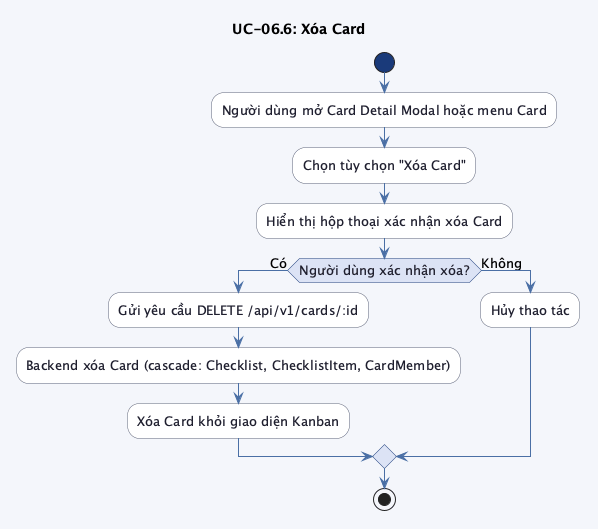
trongnhan34vn/trello-report keeps this PlantUML diagram as src/images/chap3/activity_uc06_6.png. Above is the earlier version.
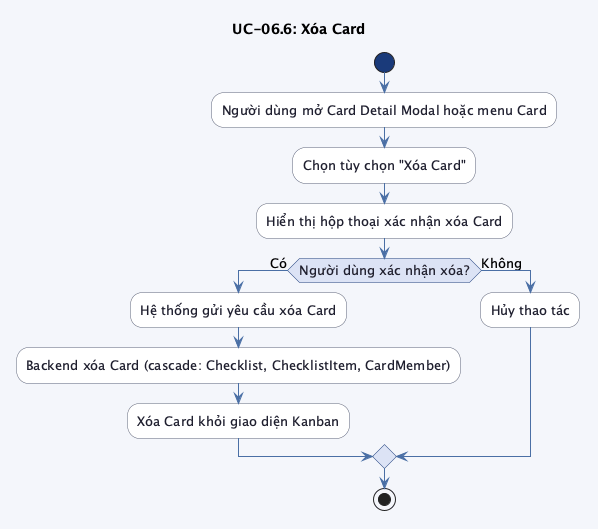
The same file after the commit.

What changed in the source:
```diff
@@ -24,7 +24,7 @@
 :Hiển thị hộp thoại xác nhận xóa Card;
 
 if (Người dùng xác nhận xóa?) then (Có)
-    :Gửi yêu cầu DELETE /api/v1/cards/:id;
+    :Hệ thống gửi yêu cầu xóa Card;
     :Backend xóa Card (cascade: Checklist, ChecklistItem, CardMember);
     :Xóa Card khỏi giao diện Kanban;
 else (Không)
```
